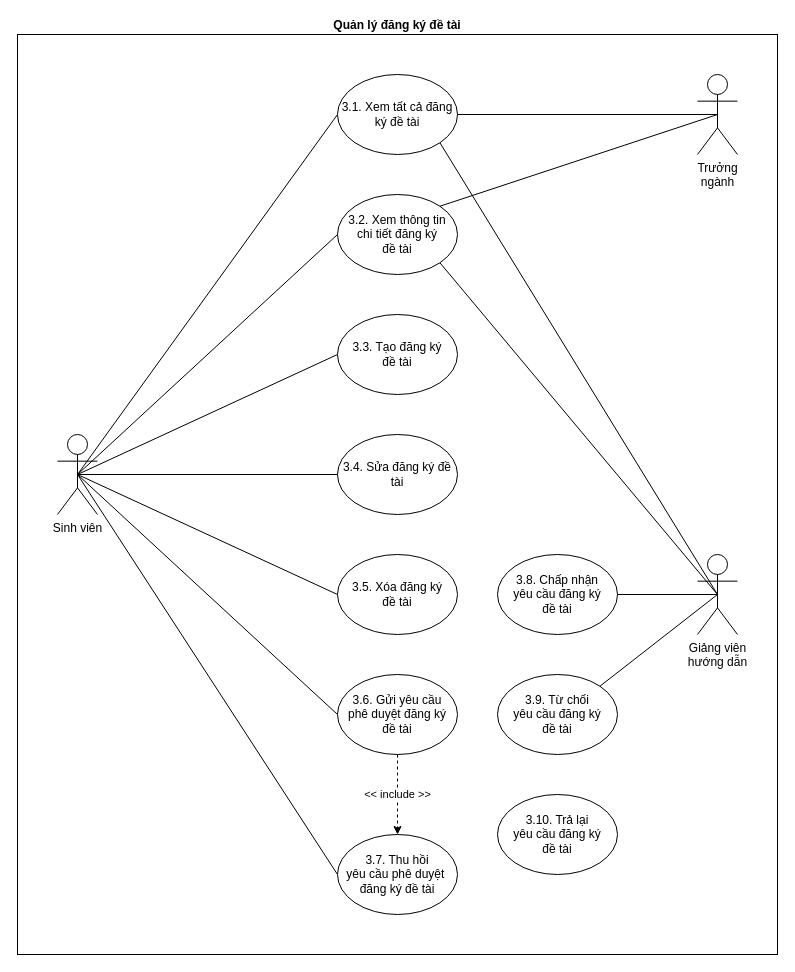
Earlier version of the draw.io diagram page "Quản lý đăng ký đề tài" (3 of 13) of docs/diagrams/usecase.drawio (doonpy/grasis). Source tidied: cells renumbered, new cells numbered last; positions are measured from the earlier drawing's top-left corner, leaving out a move shared by most shapes. Both pictures are drawn from the tidied source at 100%, with x=0, y=0 at pixel (17, 34).
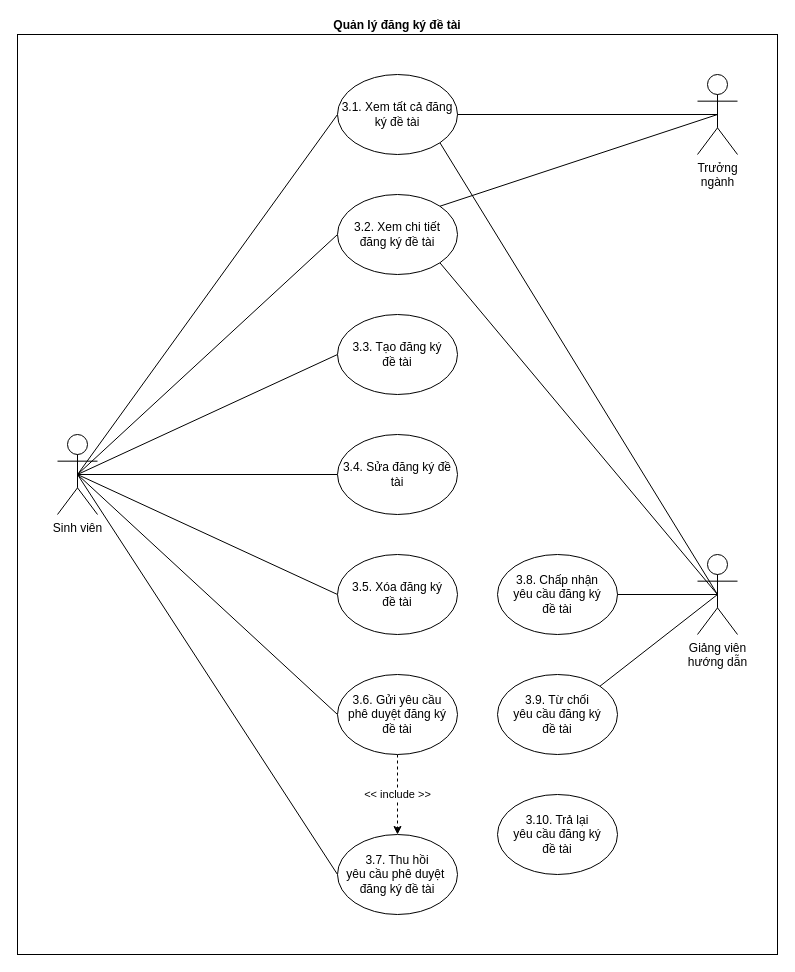
The same page after the edit.

Change to the diagram source:
```diff
@@
-    <mxCell id="21" value="3.2. Xem thông tin&lt;br&gt;chi tiết đăng ký&lt;br&gt;đề tài" style="ellipse;whiteSpace=wrap;html=1;align=center;" parent="1" vertex="1">
+    <mxCell id="21" value="3.2. Xem chi tiết &lt;br&gt;đăng ký đề tài" style="ellipse;whiteSpace=wrap;html=1;align=center;" parent="1" vertex="1">
       <mxGeometry x="320" y="160" width="120" height="80" as="geometry" />
     </mxCell>
```
